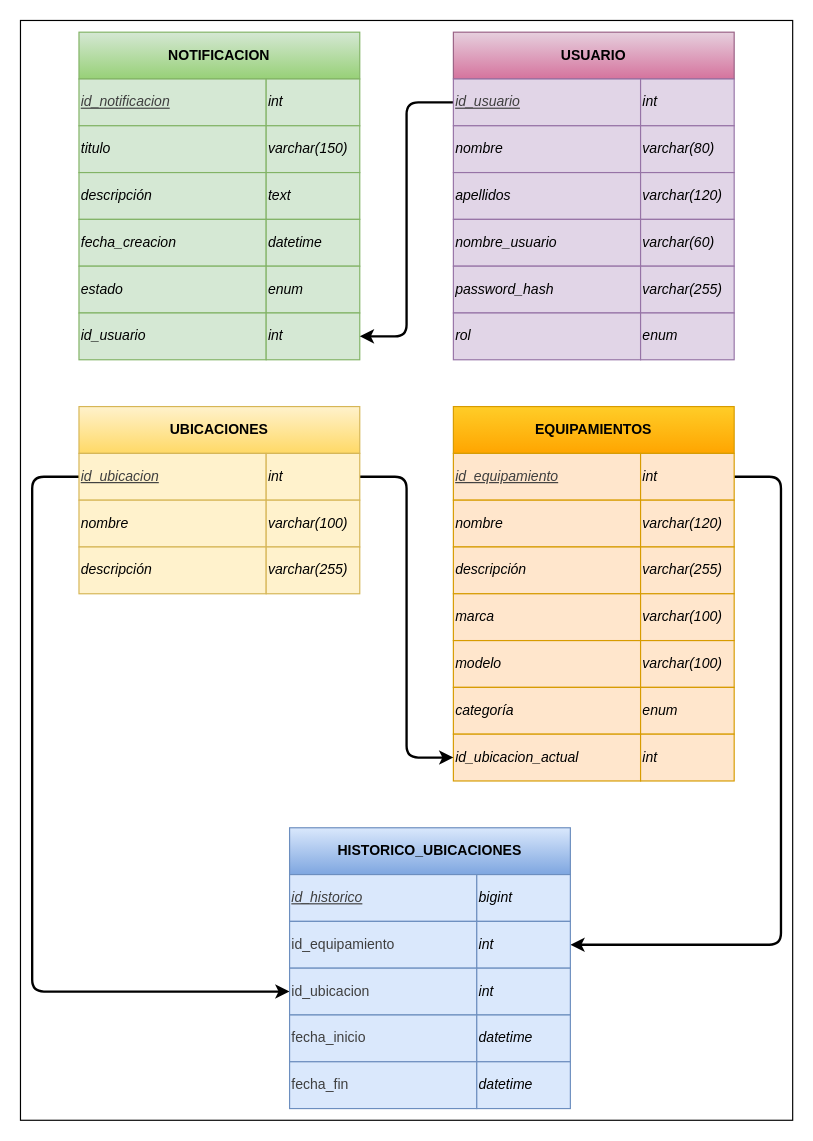
This is page "MODELO DE DATOS" (1 of 4) of Documentacion/Esquemas/Reto_1_esquemasDB.dio from MedievAlex/DAW_Reto_1_Alex_Javier_Luis_Jonatan, a draw.io file, before an edit. Source tidied: cells renumbered, new cells numbered last; positions are measured from the earlier drawing's top-left corner, leaving out a move shared by most shapes. Both pictures are drawn from the tidied source at 117%, with x=0, y=0 at pixel (20, 20).
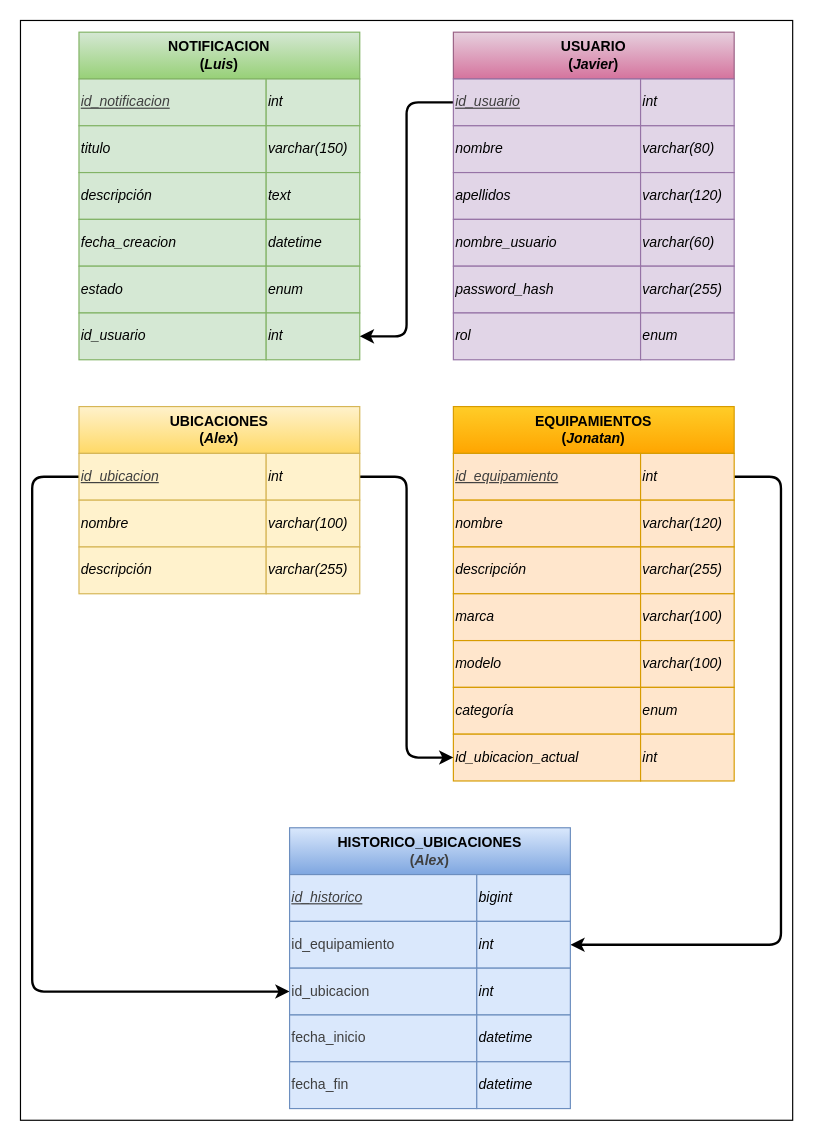
After the change.

Commit message (it also covers changes not shown here):
Actualización y adjudicación de modelos.

What changed in the source:
```diff
@@
-    <mxCell id="3" value="NOTIFICACION" style="rounded=0;whiteSpace=wrap;html=1;fillColor=#d5e8d4;strokeColor=#82b366;gradientColor=#97d077;fontStyle=1;" parent="1" vertex="1">
+    <mxCell id="3" value="NOTIFICACION&lt;div&gt;(&lt;i&gt;Luis&lt;/i&gt;)&lt;/div&gt;" style="rounded=0;whiteSpace=wrap;html=1;fillColor=#d5e8d4;strokeColor=#82b366;gradientColor=#97d077;fontStyle=1;" parent="1" vertex="1">
       <mxGeometry x="50" y="10" width="240" height="40" as="geometry" />
     </mxCell>
@@
-    <mxCell id="16" value="USUARIO" style="rounded=0;whiteSpace=wrap;html=1;fillColor=#e6d0de;strokeColor=#996185;gradientColor=#d5739d;fontStyle=1;" parent="1" vertex="1">
+    <mxCell id="16" value="USUARIO&lt;div&gt;(&lt;i&gt;Javier&lt;/i&gt;)&lt;/div&gt;" style="rounded=0;whiteSpace=wrap;html=1;fillColor=#e6d0de;strokeColor=#996185;gradientColor=#d5739d;fontStyle=1;" parent="1" vertex="1">
       <mxGeometry x="370" y="10" width="240" height="40" as="geometry" />
     </mxCell>
@@
-    <mxCell id="30" value="EQUIPAMIENTOS" style="rounded=0;whiteSpace=wrap;html=1;fillColor=#ffcd28;strokeColor=#d79b00;gradientColor=#ffa500;fontStyle=1;" parent="1" vertex="1">
+    <mxCell id="30" value="EQUIPAMIENTOS&lt;div&gt;(&lt;i&gt;Jonatan&lt;/i&gt;)&lt;/div&gt;" style="rounded=0;whiteSpace=wrap;html=1;fillColor=#ffcd28;strokeColor=#d79b00;gradientColor=#ffa500;fontStyle=1;" parent="1" vertex="1">
       <mxGeometry x="370" y="330" width="240" height="40" as="geometry" />
     </mxCell>
@@
-    <mxCell id="46" value="UBICACIONES" style="rounded=0;whiteSpace=wrap;html=1;fillColor=#fff2cc;strokeColor=#d6b656;gradientColor=#ffd966;fontStyle=1;" parent="1" vertex="1">
+    <mxCell id="46" value="UBICACIONES&lt;div&gt;(&lt;i&gt;Alex&lt;/i&gt;)&lt;/div&gt;" style="rounded=0;whiteSpace=wrap;html=1;fillColor=#fff2cc;strokeColor=#d6b656;gradientColor=#ffd966;fontStyle=1;" parent="1" vertex="1">
       <mxGeometry x="50" y="330" width="240" height="40" as="geometry" />
     </mxCell>
@@
-    <mxCell id="55" value="HISTORICO_UBICACIONES" style="rounded=0;whiteSpace=wrap;html=1;fillColor=#dae8fc;strokeColor=#6c8ebf;gradientColor=#7ea6e0;fontStyle=1;" parent="1" vertex="1">
+    <mxCell id="55" value="HISTORICO_UBICACIONES&lt;div&gt;&lt;span style=&quot;color: rgb(63, 63, 63);&quot;&gt;(&lt;/span&gt;&lt;i style=&quot;color: rgb(63, 63, 63); scrollbar-color: rgba(100, 100, 100, 0.4) rgb(255, 255, 255);&quot;&gt;Alex&lt;/i&gt;&lt;span style=&quot;color: rgb(63, 63, 63);&quot;&gt;)&lt;/span&gt;&lt;/div&gt;" style="rounded=0;whiteSpace=wrap;html=1;fillColor=#dae8fc;strokeColor=#6c8ebf;gradientColor=#7ea6e0;fontStyle=1;" parent="1" vertex="1">
       <mxGeometry x="230" y="690" width="240" height="40" as="geometry" />
     </mxCell>
```
